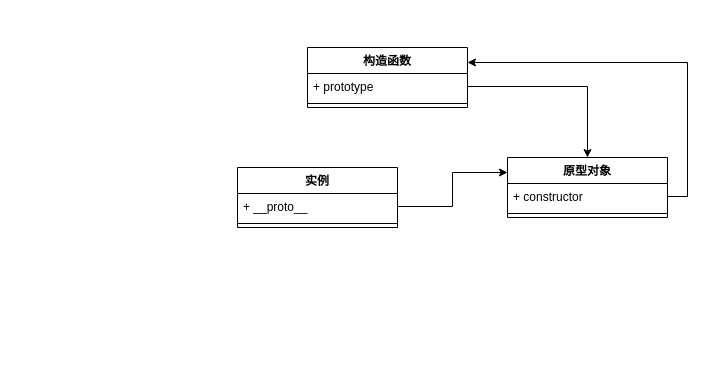
The draw.io diagram js原型.drawio in wbbhacker/drawFile, before the edit. Source tidied: cells renumbered, new cells numbered last; positions are measured from the earlier drawing's top-left corner, leaving out a move shared by most shapes. Both pictures are drawn from the tidied source at 100%, with x=0, y=0 at pixel (237, 47).
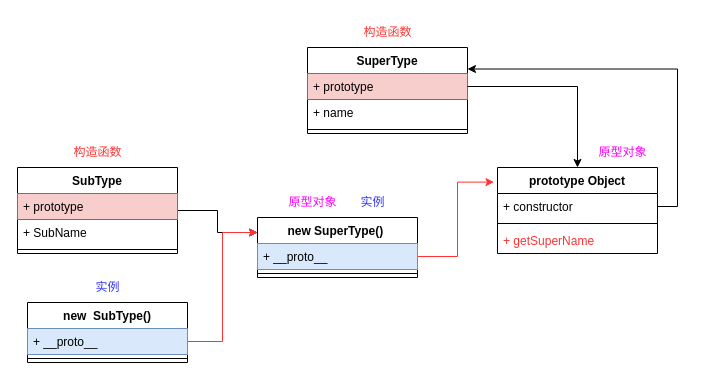
The same page after the edit.

Change to the diagram source:
```diff
@@
-    <mxCell id="2" value="构造函数" style="swimlane;fontStyle=1;align=center;verticalAlign=top;horizontal=1;startSize=26;" parent="1" vertex="1">
-      <mxGeometry x="70" width="160" height="60" as="geometry" />
+    <mxCell id="2" value="SuperType" style="swimlane;fontStyle=1;align=center;verticalAlign=top;horizontal=1;startSize=26;" parent="1" vertex="1">
+      <mxGeometry x="70" width="160" height="86" as="geometry" />
     </mxCell>
-    <mxCell id="3" value="+ prototype" style="text;strokeColor=none;fillColor=none;align=left;verticalAlign=top;spacingLeft=4;spacingRight=4;overflow=hidden;points=[[0,0.5],[1,0.5]];portConstraint=eastwest;" parent="2" vertex="1">
+    <mxCell id="3" value="+ prototype" style="text;strokeColor=#b85450;fillColor=#f8cecc;align=left;verticalAlign=top;spacingLeft=4;spacingRight=4;overflow=hidden;points=[[0,0.5],[1,0.5]];portConstraint=eastwest;" parent="2" vertex="1">
       <mxGeometry y="26" width="160" height="26" as="geometry" />
     </mxCell>
+    <mxCell id="14" value="+ name" style="text;strokeColor=none;fillColor=none;align=left;verticalAlign=top;spacingLeft=4;spacingRight=4;overflow=hidden;" parent="2" vertex="1">
+      <mxGeometry y="52" width="160" height="26" as="geometry" />
+    </mxCell>
     <mxCell id="4" style="line;strokeWidth=1;fillColor=none;align=left;verticalAlign=middle;spacingTop=-1;spacingLeft=3;spacingRight=3;labelPosition=right;strokeColor=inherit;" parent="2" vertex="1">
-      <mxGeometry y="52" width="160" height="8" as="geometry" />
+      <mxGeometry y="78" width="160" height="8" as="geometry" />
     </mxCell>
-    <mxCell id="5" value="原型对象" style="swimlane;fontStyle=1;align=center;verticalAlign=top;horizontal=1;startSize=26;" parent="1" vertex="1">
-      <mxGeometry x="270" y="110" width="160" height="60" as="geometry" />
-    </mxCell>
-    <mxCell id="6" value="+ constructor" style="text;strokeColor=none;fillColor=none;align=left;verticalAlign=top;spacingLeft=4;spacingRight=4;overflow=hidden;points=[[0,0.5],[1,0.5]];portConstraint=eastwest;" parent="5" vertex="1">
-      <mxGeometry y="26" width="160" height="26" as="geometry" />
-    </mxCell>
-    <mxCell id="7" style="line;strokeWidth=1;fillColor=none;align=left;verticalAlign=middle;spacingTop=-1;spacingLeft=3;spacingRight=3;labelPosition=right;strokeColor=inherit;" parent="5" vertex="1">
-      <mxGeometry y="52" width="160" height="8" as="geometry" />
-    </mxCell>
-    <mxCell id="8" value="实例" style="swimlane;fontStyle=1;align=center;verticalAlign=top;horizontal=1;startSize=26;" parent="1" vertex="1">
-      <mxGeometry y="120" width="160" height="60" as="geometry" />
-    </mxCell>
-    <mxCell id="9" value="+ __proto__" style="text;strokeColor=none;fillColor=none;align=left;verticalAlign=top;spacingLeft=4;spacingRight=4;overflow=hidden;points=[[0,0.5],[1,0.5]];portConstraint=eastwest;" parent="8" vertex="1">
-      <mxGeometry y="26" width="160" height="26" as="geometry" />
-    </mxCell>
-    <mxCell id="10" style="line;strokeWidth=1;fillColor=none;align=left;verticalAlign=middle;spacingTop=-1;spacingLeft=3;spacingRight=3;labelPosition=right;strokeColor=inherit;" parent="8" vertex="1">
-      <mxGeometry y="52" width="160" height="8" as="geometry" />
-    </mxCell>
-    <mxCell id="11" style="edgeStyle=orthogonalEdgeStyle;rounded=0;jettySize=auto;html=1;exitX=1;exitY=0.5;exitDx=0;exitDy=0;entryX=0;entryY=0.25;entryDx=0;entryDy=0;" parent="1" edge="1" source="9" target="5">
+    <mxCell id="11" style="edgeStyle=orthogonalEdgeStyle;rounded=0;jettySize=auto;html=1;exitX=1;exitY=0.5;exitDx=0;exitDy=0;entryX=-0.022;entryY=0.17;entryDx=0;entryDy=0;entryPerimeter=0;strokeColor=#FF3333;" parent="1" edge="1" source="24" target="15">
       <mxGeometry relative="1" as="geometry" />
     </mxCell>
-    <mxCell id="12" style="edgeStyle=orthogonalEdgeStyle;rounded=0;jettySize=auto;html=1;exitX=1;exitY=0.5;exitDx=0;exitDy=0;entryX=0.5;entryY=0;entryDx=0;entryDy=0;" parent="1" edge="1" source="3" target="5">
+    <mxCell id="12" style="edgeStyle=orthogonalEdgeStyle;rounded=0;jettySize=auto;html=1;entryX=0.5;entryY=0;entryDx=0;entryDy=0;" parent="1" edge="1" source="3" target="15">
       <mxGeometry relative="1" as="geometry" />
     </mxCell>
@@
+    <mxCell id="15" value="prototype Object" style="swimlane;fontStyle=1;align=center;verticalAlign=top;horizontal=1;startSize=26;" parent="1" vertex="1">
+      <mxGeometry x="260" y="120" width="160" height="86" as="geometry" />
+    </mxCell>
+    <mxCell id="6" value="+ constructor" style="text;strokeColor=none;fillColor=none;align=left;verticalAlign=top;spacingLeft=4;spacingRight=4;overflow=hidden;points=[[0,0.5],[1,0.5]];portConstraint=eastwest;" parent="15" vertex="1">
+      <mxGeometry y="26" width="160" height="26" as="geometry" />
+    </mxCell>
+    <mxCell id="16" style="line;strokeWidth=1;fillColor=none;align=left;verticalAlign=middle;spacingTop=-1;spacingLeft=3;spacingRight=3;labelPosition=right;strokeColor=inherit;" parent="15" vertex="1">
+      <mxGeometry y="52" width="160" height="8" as="geometry" />
+    </mxCell>
+    <mxCell id="17" value="+ getSuperName" style="text;strokeColor=none;fillColor=none;align=left;verticalAlign=top;spacingLeft=4;spacingRight=4;overflow=hidden;fontColor=#FF3333;" parent="15" vertex="1">
+      <mxGeometry y="60" width="160" height="26" as="geometry" />
+    </mxCell>
+    <mxCell id="18" style="edgeStyle=orthogonalEdgeStyle;rounded=0;jettySize=auto;html=1;exitX=1;exitY=0.5;exitDx=0;exitDy=0;entryX=0;entryY=0.25;entryDx=0;entryDy=0;" parent="1" edge="1" source="19" target="23">
+      <mxGeometry relative="1" as="geometry" />
+    </mxCell>
+    <mxCell id="19" value="SubType" style="swimlane;fontStyle=1;align=center;verticalAlign=top;horizontal=1;startSize=26;" parent="1" vertex="1">
+      <mxGeometry x="-220" y="120" width="160" height="86" as="geometry" />
+    </mxCell>
+    <mxCell id="20" value="+ prototype" style="text;strokeColor=#b85450;fillColor=#f8cecc;align=left;verticalAlign=top;spacingLeft=4;spacingRight=4;overflow=hidden;" parent="19" vertex="1">
+      <mxGeometry y="26" width="160" height="26" as="geometry" />
+    </mxCell>
+    <mxCell id="21" value="+ SubName" style="text;align=left;verticalAlign=top;spacingLeft=4;spacingRight=4;overflow=hidden;" parent="19" vertex="1">
+      <mxGeometry y="52" width="160" height="26" as="geometry" />
+    </mxCell>
+    <mxCell id="22" style="line;strokeWidth=1;fillColor=none;align=left;verticalAlign=middle;spacingTop=-1;spacingLeft=3;spacingRight=3;labelPosition=right;strokeColor=inherit;" parent="19" vertex="1">
+      <mxGeometry y="78" width="160" height="8" as="geometry" />
+    </mxCell>
+    <mxCell id="23" value="new SuperType() " style="swimlane;fontStyle=1;align=center;verticalAlign=top;horizontal=1;startSize=26;" parent="1" vertex="1">
+      <mxGeometry x="20" y="170" width="160" height="60" as="geometry" />
+    </mxCell>
+    <mxCell id="24" value="+ __proto__" style="text;strokeColor=#6c8ebf;fillColor=#dae8fc;align=left;verticalAlign=top;spacingLeft=4;spacingRight=4;overflow=hidden;points=[[0,0.5],[1,0.5]];portConstraint=eastwest;" parent="23" vertex="1">
+      <mxGeometry y="26" width="160" height="26" as="geometry" />
+    </mxCell>
+    <mxCell id="25" style="line;strokeWidth=1;fillColor=none;align=left;verticalAlign=middle;spacingTop=-1;spacingLeft=3;spacingRight=3;labelPosition=right;strokeColor=inherit;" parent="23" vertex="1">
+      <mxGeometry y="52" width="160" height="8" as="geometry" />
+    </mxCell>
+    <mxCell id="26" style="edgeStyle=orthogonalEdgeStyle;rounded=0;jettySize=auto;html=1;entryX=0;entryY=0.25;entryDx=0;entryDy=0;exitX=1;exitY=0.5;exitDx=0;exitDy=0;strokeColor=#FF3333;" parent="1" edge="1" source="28" target="23">
+      <mxGeometry relative="1" as="geometry" />
+    </mxCell>
+    <mxCell id="27" value="new  SubType()" style="swimlane;fontStyle=1;align=center;verticalAlign=top;horizontal=1;startSize=26;" parent="1" vertex="1">
+      <mxGeometry x="-210" y="255" width="160" height="60" as="geometry" />
+    </mxCell>
+    <mxCell id="28" value="+ __proto__" style="text;strokeColor=#6c8ebf;fillColor=#dae8fc;align=left;verticalAlign=top;spacingLeft=4;spacingRight=4;overflow=hidden;points=[[0,0.5],[1,0.5]];portConstraint=eastwest;" parent="27" vertex="1">
+      <mxGeometry y="26" width="160" height="26" as="geometry" />
+    </mxCell>
+    <mxCell id="29" style="line;strokeWidth=1;fillColor=none;align=left;verticalAlign=middle;spacingTop=-1;spacingLeft=3;spacingRight=3;labelPosition=right;strokeColor=inherit;" parent="27" vertex="1">
+      <mxGeometry y="52" width="160" height="8" as="geometry" />
+    </mxCell>
+    <mxCell id="30" value="构造函数" style="text;html=1;align=center;verticalAlign=middle;strokeColor=none;fillColor=none;fontColor=#FF3333;" parent="1" vertex="1">
+      <mxGeometry x="115" y="-30" width="70" height="30" as="geometry" />
+    </mxCell>
+    <mxCell id="31" value="构造函数" style="text;html=1;align=center;verticalAlign=middle;strokeColor=none;fillColor=none;fontColor=#FF3333;" parent="1" vertex="1">
+      <mxGeometry x="-175" y="90" width="70" height="30" as="geometry" />
+    </mxCell>
+    <mxCell id="32" value="&lt;font color=&quot;#3333ff&quot;&gt;实例&lt;/font&gt;" style="text;html=1;align=center;verticalAlign=middle;strokeColor=none;fillColor=none;fontColor=#FF3333;" parent="1" vertex="1">
+      <mxGeometry x="-155" y="225" width="50" height="30" as="geometry" />
+    </mxCell>
+    <mxCell id="33" value="&lt;font color=&quot;#3333ff&quot;&gt;实例&lt;/font&gt;" style="text;html=1;align=center;verticalAlign=middle;strokeColor=none;fillColor=none;fontColor=#FF3333;" parent="1" vertex="1">
+      <mxGeometry x="110" y="140" width="50" height="30" as="geometry" />
+    </mxCell>
+    <mxCell id="34" value="&lt;font color=&quot;#ff00ff&quot;&gt;原型对象&lt;/font&gt;" style="text;html=1;align=center;verticalAlign=middle;strokeColor=none;fillColor=none;fontColor=#FF3333;" parent="1" vertex="1">
+      <mxGeometry x="350" y="90" width="70" height="30" as="geometry" />
+    </mxCell>
+    <mxCell id="35" value="&lt;font color=&quot;#ff00ff&quot;&gt;原型对象&lt;/font&gt;" style="text;html=1;align=center;verticalAlign=middle;strokeColor=none;fillColor=none;fontColor=#FF3333;" parent="1" vertex="1">
+      <mxGeometry x="40" y="140" width="70" height="30" as="geometry" />
+    </mxCell>
```
